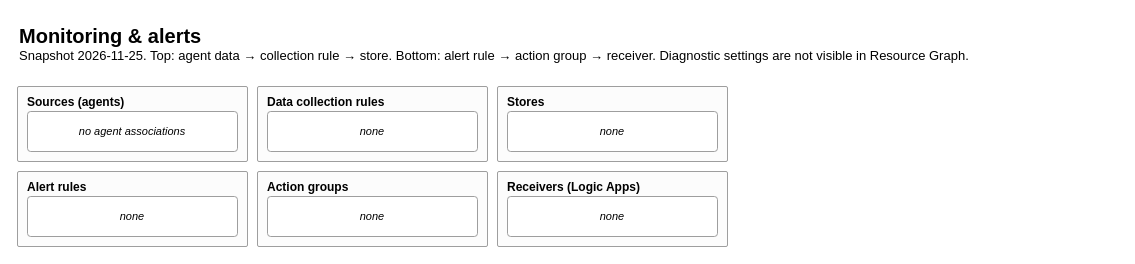
Above: diagrams/3-monitoring.drawio in musaxasmammedov7/infrastructure (draw.io), before the change. Source tidied: cells renumbered, new cells numbered last; positions are measured from the earlier drawing's top-left corner, leaving out a move shared by most shapes. Both pictures are drawn from the tidied source at 100%, with x=0, y=0 at pixel (17, 17).
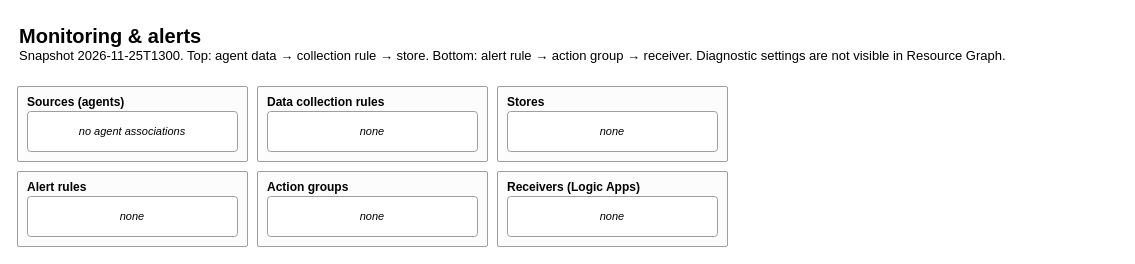
Above is the later version.

Change to the diagram source:
```diff
@@
 <mxGraphModel>
   <root>
     <mxCell id="0" />
     <mxCell id="1" parent="0" />
-    <mxCell id="2" value="&lt;b style='font-size:20px'&gt;Monitoring &amp;amp; alerts&lt;/b&gt;&lt;br&gt;Snapshot 2026-11-25. Top: agent data → collection rule → store. Bottom: alert rule → action group → receiver. Diagnostic settings are not visible in Resource Graph." style="text;html=1;whiteSpace=wrap;align=left;verticalAlign=top;fontSize=13;spacing=2;" parent="1" vertex="1">
+    <mxCell id="2" value="&lt;b style='font-size:20px'&gt;Monitoring &amp;amp; alerts&lt;/b&gt;&lt;br&gt;Snapshot 2026-11-25T1300. Top: agent data → collection rule → store. Bottom: alert rule → action group → receiver. Diagnostic settings are not visible in Resource Graph." style="text;html=1;whiteSpace=wrap;align=left;verticalAlign=top;fontSize=13;spacing=2;" parent="1" vertex="1">
       <mxGeometry width="1100" height="59" as="geometry" />
     </mxCell>
     <mxCell id="3" style="text;html=1;fillColor=none;strokeColor=none;" parent="1" vertex="1">
       <mxGeometry y="69" width="710" height="75" as="geometry" />
     </mxCell>
     <mxCell id="4" value="&lt;b&gt;Sources (agents)&lt;/b&gt;" style="rounded=1;arcSize=2;whiteSpace=wrap;html=1;fillColor=#FCFCFC;strokeColor=#9E9E9E;strokeWidth=1;fontSize=12;fontStyle=0;align=left;verticalAlign=top;spacingLeft=8;spacingTop=2;" parent="3" vertex="1">
       <mxGeometry width="230" height="75" as="geometry" />
     </mxCell>
     <mxCell id="5" value="&lt;i&gt;no agent associations&lt;/i&gt;" style="rounded=1;arcSize=8;whiteSpace=wrap;html=1;fillColor=#FFFFFF;strokeColor=#9E9E9E;strokeWidth=1;fontSize=11;align=center;verticalAlign=middle;spacing=4;" parent="4" vertex="1">
       <mxGeometry x="10" y="25" width="210" height="40" as="geometry" />
     </mxCell>
     <mxCell id="6" value="&lt;b&gt;Data collection rules&lt;/b&gt;" style="rounded=1;arcSize=2;whiteSpace=wrap;html=1;fillColor=#FCFCFC;strokeColor=#9E9E9E;strokeWidth=1;fontSize=12;fontStyle=0;align=left;verticalAlign=top;spacingLeft=8;spacingTop=2;" parent="3" vertex="1">
       <mxGeometry x="240" width="230" height="75" as="geometry" />
     </mxCell>
     <mxCell id="7" value="&lt;i&gt;none&lt;/i&gt;" style="rounded=1;arcSize=8;whiteSpace=wrap;html=1;fillColor=#FFFFFF;strokeColor=#9E9E9E;strokeWidth=1;fontSize=11;align=center;verticalAlign=middle;spacing=4;" parent="6" vertex="1">
       <mxGeometry x="10" y="25" width="210" height="40" as="geometry" />
     </mxCell>
     <mxCell id="8" value="&lt;b&gt;Stores&lt;/b&gt;" style="rounded=1;arcSize=2;whiteSpace=wrap;html=1;fillColor=#FCFCFC;strokeColor=#9E9E9E;strokeWidth=1;fontSize=12;fontStyle=0;align=left;verticalAlign=top;spacingLeft=8;spacingTop=2;" parent="3" vertex="1">
       <mxGeometry x="480" width="230" height="75" as="geometry" />
     </mxCell>
     <mxCell id="9" value="&lt;i&gt;none&lt;/i&gt;" style="rounded=1;arcSize=8;whiteSpace=wrap;html=1;fillColor=#FFFFFF;strokeColor=#9E9E9E;strokeWidth=1;fontSize=11;align=center;verticalAlign=middle;spacing=4;" parent="8" vertex="1">
       <mxGeometry x="10" y="25" width="210" height="40" as="geometry" />
     </mxCell>
     <mxCell id="10" style="text;html=1;fillColor=none;strokeColor=none;" parent="1" vertex="1">
       <mxGeometry y="154" width="710" height="75" as="geometry" />
     </mxCell>
     <mxCell id="11" value="&lt;b&gt;Alert rules&lt;/b&gt;" style="rounded=1;arcSize=2;whiteSpace=wrap;html=1;fillColor=#FCFCFC;strokeColor=#9E9E9E;strokeWidth=1;fontSize=12;fontStyle=0;align=left;verticalAlign=top;spacingLeft=8;spacingTop=2;" parent="10" vertex="1">
       <mxGeometry width="230" height="75" as="geometry" />
     </mxCell>
     <mxCell id="12" value="&lt;i&gt;none&lt;/i&gt;" style="rounded=1;arcSize=8;whiteSpace=wrap;html=1;fillColor=#FFFFFF;strokeColor=#9E9E9E;strokeWidth=1;fontSize=11;align=center;verticalAlign=middle;spacing=4;" parent="11" vertex="1">
       <mxGeometry x="10" y="25" width="210" height="40" as="geometry" />
     </mxCell>
     <mxCell id="13" value="&lt;b&gt;Action groups&lt;/b&gt;" style="rounded=1;arcSize=2;whiteSpace=wrap;html=1;fillColor=#FCFCFC;strokeColor=#9E9E9E;strokeWidth=1;fontSize=12;fontStyle=0;align=left;verticalAlign=top;spacingLeft=8;spacingTop=2;" parent="10" vertex="1">
       <mxGeometry x="240" width="230" height="75" as="geometry" />
     </mxCell>
     <mxCell id="14" value="&lt;i&gt;none&lt;/i&gt;" style="rounded=1;arcSize=8;whiteSpace=wrap;html=1;fillColor=#FFFFFF;strokeColor=#9E9E9E;strokeWidth=1;fontSize=11;align=center;verticalAlign=middle;spacing=4;" parent="13" vertex="1">
       <mxGeometry x="10" y="25" width="210" height="40" as="geometry" />
     </mxCell>
     <mxCell id="15" value="&lt;b&gt;Receivers (Logic Apps)&lt;/b&gt;" style="rounded=1;arcSize=2;whiteSpace=wrap;html=1;fillColor=#FCFCFC;strokeColor=#9E9E9E;strokeWidth=1;fontSize=12;fontStyle=0;align=left;verticalAlign=top;spacingLeft=8;spacingTop=2;" parent="10" vertex="1">
       <mxGeometry x="480" width="230" height="75" as="geometry" />
     </mxCell>
     <mxCell id="16" value="&lt;i&gt;none&lt;/i&gt;" style="rounded=1;arcSize=8;whiteSpace=wrap;html=1;fillColor=#FFFFFF;strokeColor=#9E9E9E;strokeWidth=1;fontSize=11;align=center;verticalAlign=middle;spacing=4;" parent="15" vertex="1">
       <mxGeometry x="10" y="25" width="210" height="40" as="geometry" />
     </mxCell>
   </root>
 </mxGraphModel>
```
